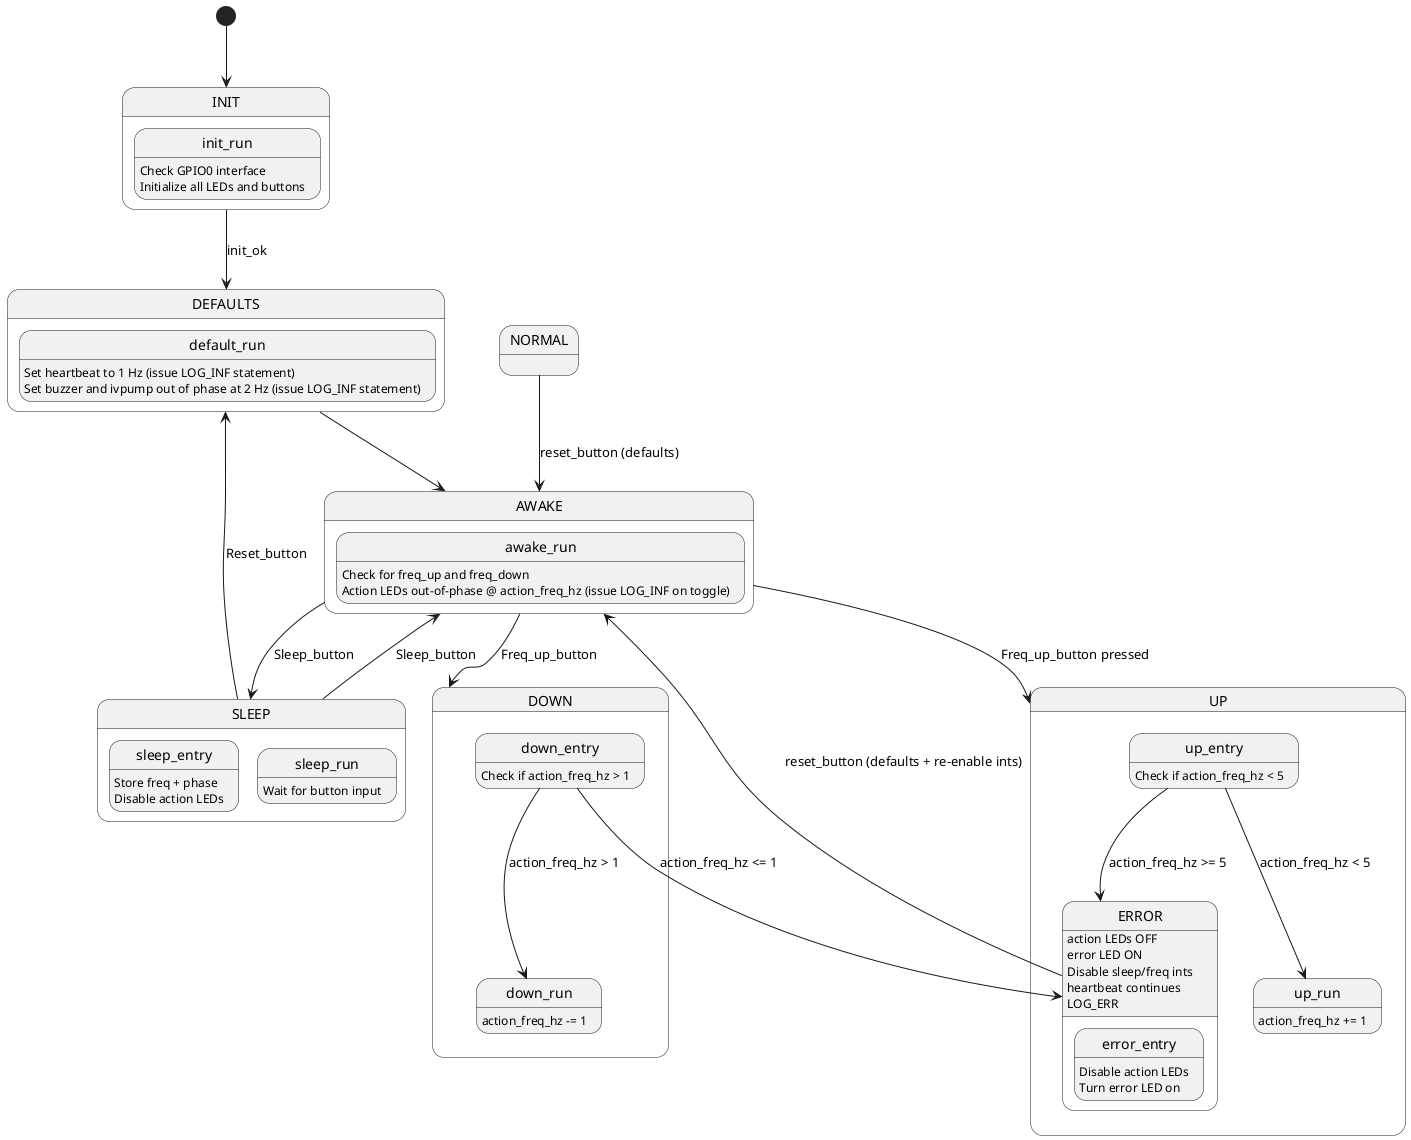
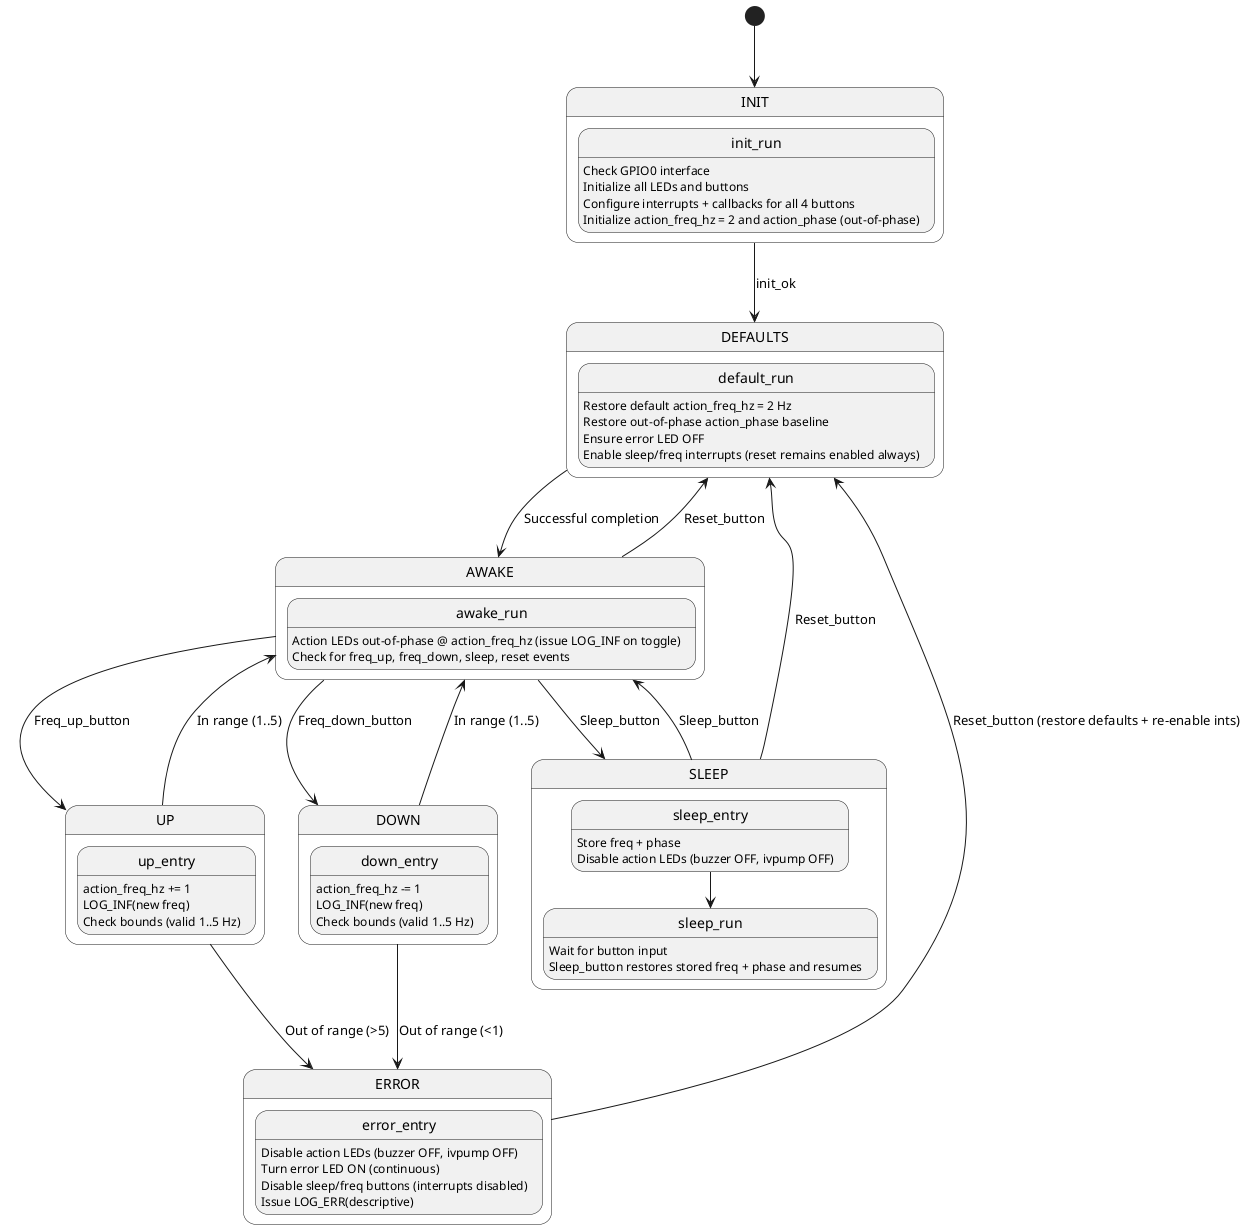
@startuml
[*] --> INIT

state INIT {
    init_run: Check GPIO0 interface
    init_run: Initialize all LEDs and buttons
+     init_run: Configure interrupts + callbacks for all 4 buttons
+     init_run: Initialize action_freq_hz = 2 and action_phase (out-of-phase)
}

- INIT --> DEFAULTS : init_ok
+ INIT -d-> DEFAULTS : init_ok

state DEFAULTS {
-     default_run: Set heartbeat to 1 Hz (issue LOG_INF statement)
-     default_run: Set buzzer and ivpump out of phase at 2 Hz (issue LOG_INF statement)
+     default_run: Restore default action_freq_hz = 2 Hz
+     default_run: Restore out-of-phase action_phase baseline
+     default_run: Ensure error LED OFF
+     default_run: Enable sleep/freq interrupts (reset remains enabled always)
}

- DEFAULTS --> AWAKE
- 
+ DEFAULTS --> AWAKE : Successful completion
state AWAKE {
-     awake_run : Check for freq_up and freq_down
    awake_run : Action LEDs out-of-phase @ action_freq_hz (issue LOG_INF on toggle)
+     awake_run : Check for freq_up, freq_down, sleep, reset events
}

- AWAKE --> UP : Freq_up_button pressed
+ AWAKE --> UP : Freq_up_button
+ AWAKE --> DOWN : Freq_down_button
+ AWAKE --> SLEEP : Sleep_button
+ AWAKE --> DEFAULTS : Reset_button

state UP {
-     up_entry : Check if action_freq_hz < 5
-     up_entry --> up_run : action_freq_hz < 5
-     up_run : action_freq_hz += 1
-     up_entry --> ERROR : action_freq_hz >= 5
+     up_entry : action_freq_hz += 1
+     up_entry : LOG_INF(new freq)
+     up_entry : Check bounds (valid 1..5 Hz)
}

- AWAKE --> DOWN : Freq_up_button
+ UP --> AWAKE : In range (1..5)
+ UP --> ERROR : Out of range (>5)

state DOWN {
-     down_entry : Check if action_freq_hz > 1
-     down_entry --> down_run : action_freq_hz > 1
-     down_run : action_freq_hz -= 1
-     down_entry --> ERROR : action_freq_hz <= 1
+     down_entry : action_freq_hz -= 1
+     down_entry : LOG_INF(new freq)
+     down_entry : Check bounds (valid 1..5 Hz)
}

- AWAKE --> SLEEP : Sleep_button
+ DOWN --> AWAKE : In range (1..5)
+ DOWN --> ERROR : Out of range (<1)

state SLEEP {
    sleep_entry : Store freq + phase
-     sleep_entry : Disable action LEDs
+     sleep_entry : Disable action LEDs (buzzer OFF, ivpump OFF)
+     sleep_entry --> sleep_run
    sleep_run : Wait for button input
+     sleep_run : Sleep_button restores stored freq + phase and resumes
}

SLEEP --> DEFAULTS : Reset_button
SLEEP --> AWAKE : Sleep_button

state ERROR {
-     error_entry : Disable action LEDs
-     error_entry : Turn error LED on
+     error_entry : Disable action LEDs (buzzer OFF, ivpump OFF)
+     error_entry : Turn error LED ON (continuous)
+     error_entry : Disable sleep/freq buttons (interrupts disabled)
+     error_entry : Issue LOG_ERR(descriptive)
}

- ERROR : action LEDs OFF\nerror LED ON\nDisable sleep/freq ints\nheartbeat continues\nLOG_ERR
- ERROR --> AWAKE : reset_button (defaults + re-enable ints)
- 
- NORMAL --> AWAKE : reset_button (defaults)
+ ERROR --> DEFAULTS : Reset_button (restore defaults + re-enable ints)
@enduml
